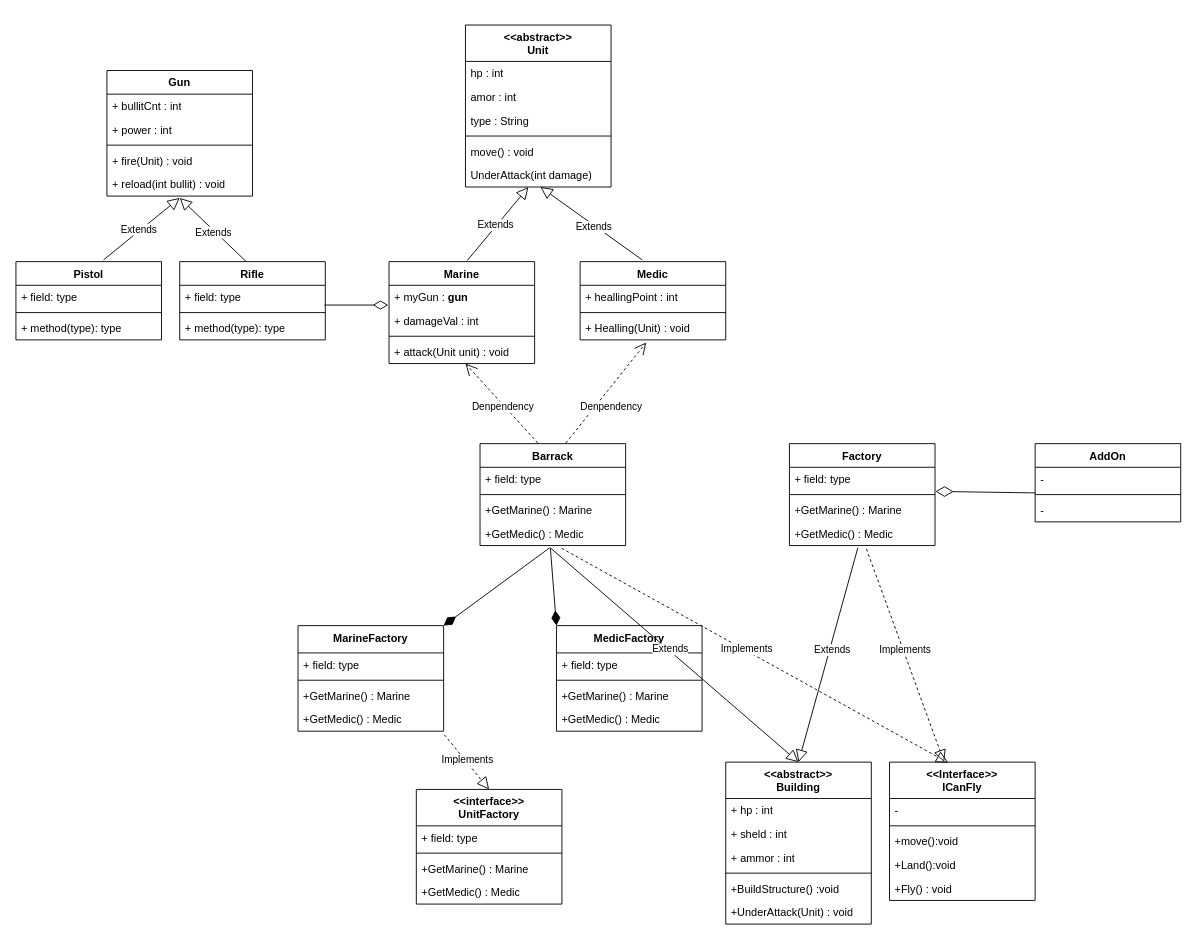
Above: JAVABOOK/src/Ch35/02 StarCraft_new.drawio in STD-INFO-COMPUTING-WEB-2024-12-25/06_JAVA (draw.io), before the change. Source tidied: cells renumbered, new cells numbered last; positions are measured from the earlier drawing's top-left corner, leaving out a move shared by most shapes. Both pictures are drawn from the tidied source at 91%, with x=0, y=0 at pixel (15, 25).
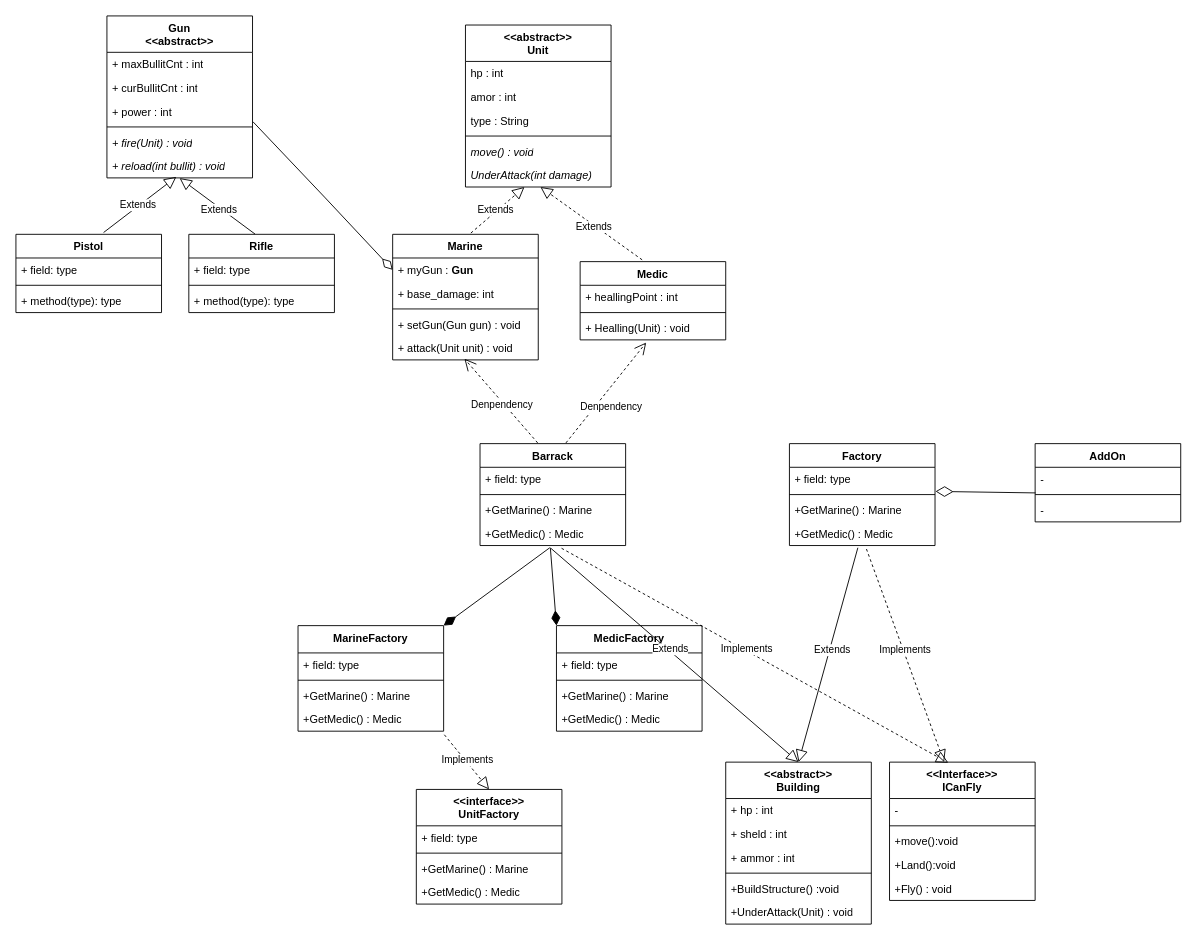
After the change.

The change refers to these unchanged cells:
```xml
<mxCell id="2" value="&lt;div&gt;&amp;lt;&amp;lt;abstract&amp;gt;&amp;gt;&lt;br&gt;&lt;/div&gt;Unit&lt;div&gt;&lt;br&gt;&lt;/div&gt;" style="swimlane;fontStyle=1;align=center;verticalAlign=top;horizontal=1;startSize=40;whiteSpace=wrap;html=1;" parent="1" vertex="1">
  <mxGeometry x="494" width="160" height="178" as="geometry" />
</mxCell>
<mxCell id="14" value="Medic" style="swimlane;fontStyle=1;align=center;verticalAlign=top;horizontal=1;startSize=26;whiteSpace=wrap;html=1;" parent="1" vertex="1">
  <mxGeometry x="620" y="260" width="160" height="86" as="geometry" />
</mxCell>
<mxCell id="23" value="+ field: type" style="text;strokeColor=none;fillColor=none;align=left;verticalAlign=top;spacingLeft=4;spacingRight=4;overflow=hidden;points=[[0,0.5],[1,0.5]];portConstraint=eastwest;whiteSpace=wrap;html=1;" parent="22" vertex="1">
  <mxGeometry y="26" width="160" height="26" as="geometry" />
</mxCell>
<mxCell id="41" value="Barrack" style="swimlane;fontStyle=1;align=center;verticalAlign=top;horizontal=1;startSize=26;whiteSpace=wrap;html=1;" parent="1" vertex="1">
  <mxGeometry x="510" y="460" width="160" height="112" as="geometry" />
</mxCell>
```

Change to the diagram source:
```diff
@@
-    <mxCell id="7" value="move() : void" style="text;strokeColor=none;fillColor=none;align=left;verticalAlign=top;spacingLeft=4;spacingRight=4;overflow=hidden;whiteSpace=wrap;html=1;" parent="2" vertex="1">
+    <mxCell id="7" value="&lt;i&gt;move() : void&lt;/i&gt;" style="text;strokeColor=none;fillColor=none;align=left;verticalAlign=top;spacingLeft=4;spacingRight=4;overflow=hidden;whiteSpace=wrap;html=1;" parent="2" vertex="1">
       <mxGeometry y="126" width="160" height="26" as="geometry" />
     </mxCell>
-    <mxCell id="8" value="UnderAttack(int damage)" style="text;strokeColor=none;fillColor=none;align=left;verticalAlign=top;spacingLeft=4;spacingRight=4;overflow=hidden;points=[[0,0.5],[1,0.5]];portConstraint=eastwest;whiteSpace=wrap;html=1;" parent="2" vertex="1">
+    <mxCell id="8" value="&lt;i&gt;UnderAttack(int damage)&lt;/i&gt;" style="text;strokeColor=none;fillColor=none;align=left;verticalAlign=top;spacingLeft=4;spacingRight=4;overflow=hidden;points=[[0,0.5],[1,0.5]];portConstraint=eastwest;whiteSpace=wrap;html=1;" parent="2" vertex="1">
       <mxGeometry y="152" width="160" height="26" as="geometry" />
     </mxCell>
     <mxCell id="9" value="Marine" style="swimlane;fontStyle=1;align=center;verticalAlign=top;horizontal=1;startSize=26;whiteSpace=wrap;html=1;" parent="1" vertex="1">
-      <mxGeometry x="410" y="260" width="160" height="112" as="geometry" />
+      <mxGeometry x="414" y="230" width="160" height="138" as="geometry" />
     </mxCell>
-    <mxCell id="10" value="&lt;div style=&quot;text-align: center;&quot;&gt;&lt;span style=&quot;background-color: initial;&quot;&gt;+ myGun : &lt;b&gt;gun&lt;/b&gt;&lt;/span&gt;&lt;/div&gt;" style="text;strokeColor=none;fillColor=none;align=left;verticalAlign=top;spacingLeft=4;spacingRight=4;overflow=hidden;points=[[0,0.5],[1,0.5]];portConstraint=eastwest;whiteSpace=wrap;html=1;" parent="9" vertex="1">
+    <mxCell id="10" value="&lt;div style=&quot;text-align: center;&quot;&gt;&lt;span style=&quot;background-color: initial;&quot;&gt;+ myGun : &lt;b&gt;Gun&lt;/b&gt;&lt;/span&gt;&lt;/div&gt;" style="text;strokeColor=none;fillColor=none;align=left;verticalAlign=top;spacingLeft=4;spacingRight=4;overflow=hidden;points=[[0,0.5],[1,0.5]];portConstraint=eastwest;whiteSpace=wrap;html=1;" parent="9" vertex="1">
       <mxGeometry y="26" width="160" height="26" as="geometry" />
     </mxCell>
-    <mxCell id="11" value="+ damageVal : int" style="text;strokeColor=none;fillColor=none;align=left;verticalAlign=top;spacingLeft=4;spacingRight=4;overflow=hidden;whiteSpace=wrap;html=1;" parent="9" vertex="1">
+    <mxCell id="11" value="+ base_damage: int" style="text;strokeColor=none;fillColor=none;align=left;verticalAlign=top;spacingLeft=4;spacingRight=4;overflow=hidden;whiteSpace=wrap;html=1;" parent="9" vertex="1">
       <mxGeometry y="52" width="160" height="26" as="geometry" />
     </mxCell>
@@
-    <mxCell id="13" value="+ attack(Unit unit) : void" style="text;strokeColor=none;fillColor=none;align=left;verticalAlign=top;spacingLeft=4;spacingRight=4;overflow=hidden;whiteSpace=wrap;html=1;" parent="9" vertex="1">
+    <mxCell id="13" value="+ setGun(Gun gun) : void" style="text;strokeColor=none;fillColor=none;align=left;verticalAlign=top;spacingLeft=4;spacingRight=4;overflow=hidden;whiteSpace=wrap;html=1;" parent="9" vertex="1">
       <mxGeometry y="86" width="160" height="26" as="geometry" />
     </mxCell>
+    <mxCell id="100" value="+ attack(Unit unit) : void" style="text;strokeColor=none;fillColor=none;align=left;verticalAlign=top;spacingLeft=4;spacingRight=4;overflow=hidden;points=[[0,0.5],[1,0.5]];portConstraint=eastwest;whiteSpace=wrap;html=1;" parent="9" vertex="1">
+      <mxGeometry y="112" width="160" height="26" as="geometry" />
+    </mxCell>
@@
-    <mxCell id="18" style="endArrow=block;html=1;rounded=0;exitX=0.537;exitY=-0.01;exitDx=0;exitDy=0;exitPerimeter=0;endFill=0;endSize=11;" parent="1" edge="1" source="9" target="8">
+    <mxCell id="18" style="endArrow=block;html=1;rounded=0;exitX=0.537;exitY=-0.01;exitDx=0;exitDy=0;exitPerimeter=0;endFill=0;endSize=11;dashed=1;" parent="1" edge="1" source="9" target="8">
       <mxGeometry relative="1" as="geometry" />
     </mxCell>
@@
-    <mxCell id="20" style="endArrow=block;html=1;rounded=0;exitX=0.426;exitY=-0.023;exitDx=0;exitDy=0;exitPerimeter=0;endFill=0;endSize=11;entryX=0.515;entryY=1;entryDx=0;entryDy=0;entryPerimeter=0;" parent="1" edge="1" source="14" target="8">
+    <mxCell id="20" style="endArrow=block;html=1;rounded=0;exitX=0.426;exitY=-0.023;exitDx=0;exitDy=0;exitPerimeter=0;endFill=0;endSize=11;entryX=0.515;entryY=1;entryDx=0;entryDy=0;entryPerimeter=0;dashed=1;" parent="1" edge="1" source="14" target="8">
       <mxGeometry relative="1" as="geometry" />
     </mxCell>
@@
     <mxCell id="22" value="Rifle" style="swimlane;fontStyle=1;align=center;verticalAlign=top;horizontal=1;startSize=26;whiteSpace=wrap;html=1;" parent="1" vertex="1">
-      <mxGeometry x="180" y="260" width="160" height="86" as="geometry" />
+      <mxGeometry x="190" y="230" width="160" height="86" as="geometry" />
     </mxCell>
@@
-    <mxCell id="26" style="endArrow=diamondThin;html=1;rounded=0;exitX=0.994;exitY=0.835;exitDx=0;exitDy=0;exitPerimeter=0;entryX=-0.006;entryY=0.835;entryDx=0;entryDy=0;entryPerimeter=0;endFill=0;endSize=14;" parent="1" edge="1" source="23" target="10">
-      <mxGeometry relative="1" as="geometry" />
+    <mxCell id="26" style="endArrow=diamondThin;html=1;rounded=0;exitX=1.003;exitY=0.934;exitDx=0;exitDy=0;exitPerimeter=0;entryX=0;entryY=0.5;entryDx=0;entryDy=0;endFill=0;endSize=14;" parent="1" edge="1" source="33" target="10">
+      <mxGeometry relative="1" as="geometry">
+        <Array as="points">
+          <mxPoint x="340" y="190" />
+        </Array>
+      </mxGeometry>
     </mxCell>
     <mxCell id="27" value="Pistol" style="swimlane;fontStyle=1;align=center;verticalAlign=top;horizontal=1;startSize=26;whiteSpace=wrap;html=1;" parent="1" vertex="1">
-      <mxGeometry y="260" width="160" height="86" as="geometry" />
+      <mxGeometry y="230" width="160" height="86" as="geometry" />
     </mxCell>
@@
-    <mxCell id="31" value="Gun" style="swimlane;fontStyle=1;align=center;verticalAlign=top;horizontal=1;startSize=26;whiteSpace=wrap;html=1;" parent="1" vertex="1">
-      <mxGeometry x="100" y="50" width="160" height="138" as="geometry" />
+    <mxCell id="31" value="Gun&lt;div&gt;&amp;lt;&amp;lt;abstract&amp;gt;&amp;gt;&lt;/div&gt;" style="swimlane;fontStyle=1;align=center;verticalAlign=top;horizontal=1;startSize=40;whiteSpace=wrap;html=1;" parent="1" vertex="1">
+      <mxGeometry x="100" y="-10" width="160" height="178" as="geometry" />
     </mxCell>
-    <mxCell id="32" value="+ bullitCnt : int" style="text;strokeColor=none;fillColor=none;align=left;verticalAlign=top;spacingLeft=4;spacingRight=4;overflow=hidden;whiteSpace=wrap;html=1;" parent="31" vertex="1">
-      <mxGeometry y="26" width="160" height="26" as="geometry" />
+    <mxCell id="32" value="+ maxBullitCnt : int" style="text;strokeColor=none;fillColor=none;align=left;verticalAlign=top;spacingLeft=4;spacingRight=4;overflow=hidden;whiteSpace=wrap;html=1;" parent="31" vertex="1">
+      <mxGeometry y="40" width="160" height="26" as="geometry" />
     </mxCell>
+    <mxCell id="101" value="+ curBullitCnt : int" style="text;strokeColor=none;fillColor=none;align=left;verticalAlign=top;spacingLeft=4;spacingRight=4;overflow=hidden;whiteSpace=wrap;html=1;" parent="31" vertex="1">
+      <mxGeometry y="66" width="160" height="26" as="geometry" />
+    </mxCell>
     <mxCell id="33" value="+ power : int" style="text;strokeColor=none;fillColor=none;align=left;verticalAlign=top;spacingLeft=4;spacingRight=4;overflow=hidden;points=[[0,0.5],[1,0.5]];portConstraint=eastwest;whiteSpace=wrap;html=1;" parent="31" vertex="1">
-      <mxGeometry y="52" width="160" height="26" as="geometry" />
+      <mxGeometry y="92" width="160" height="26" as="geometry" />
     </mxCell>
     <mxCell id="34" style="line;strokeWidth=1;fillColor=none;align=left;verticalAlign=middle;spacingTop=-1;spacingLeft=3;spacingRight=3;labelPosition=right;strokeColor=inherit;" parent="31" vertex="1">
-      <mxGeometry y="78" width="160" height="8" as="geometry" />
+      <mxGeometry y="118" width="160" height="8" as="geometry" />
     </mxCell>
-    <mxCell id="35" value="+ fire(Unit) : void" style="text;strokeColor=none;fillColor=none;align=left;verticalAlign=top;spacingLeft=4;spacingRight=4;overflow=hidden;whiteSpace=wrap;html=1;" parent="31" vertex="1">
-      <mxGeometry y="86" width="160" height="26" as="geometry" />
+    <mxCell id="35" value="&lt;i&gt;+ fire(Unit) : void&lt;/i&gt;" style="text;strokeColor=none;fillColor=none;align=left;verticalAlign=top;spacingLeft=4;spacingRight=4;overflow=hidden;whiteSpace=wrap;html=1;" parent="31" vertex="1">
+      <mxGeometry y="126" width="160" height="26" as="geometry" />
     </mxCell>
-    <mxCell id="36" value="+ reload(int bullit) : void" style="text;strokeColor=none;fillColor=none;align=left;verticalAlign=top;spacingLeft=4;spacingRight=4;overflow=hidden;points=[[0,0.5],[1,0.5]];portConstraint=eastwest;whiteSpace=wrap;html=1;" parent="31" vertex="1">
-      <mxGeometry y="112" width="160" height="26" as="geometry" />
+    <mxCell id="36" value="&lt;i&gt;+ reload(int bullit) : void&lt;/i&gt;" style="text;strokeColor=none;fillColor=none;align=left;verticalAlign=top;spacingLeft=4;spacingRight=4;overflow=hidden;points=[[0,0.5],[1,0.5]];portConstraint=eastwest;whiteSpace=wrap;html=1;" parent="31" vertex="1">
+      <mxGeometry y="152" width="160" height="26" as="geometry" />
     </mxCell>
-    <mxCell id="37" style="endArrow=block;html=1;rounded=0;exitX=0.455;exitY=-0.003;exitDx=0;exitDy=0;exitPerimeter=0;endFill=0;endSize=11;" parent="1" edge="1" source="22">
-      <mxGeometry relative="1" as="geometry">
-        <mxPoint x="180" y="190" as="targetPoint" />
-      </mxGeometry>
+    <mxCell id="37" style="endArrow=block;html=1;rounded=0;exitX=0.455;exitY=-0.003;exitDx=0;exitDy=0;exitPerimeter=0;endFill=0;endSize=11;entryX=0.499;entryY=1.008;entryDx=0;entryDy=0;entryPerimeter=0;" parent="1" edge="1" source="22" target="36">
+      <mxGeometry relative="1" as="geometry" />
     </mxCell>
@@
-    <mxCell id="39" style="endArrow=block;html=1;rounded=0;exitX=0.602;exitY=-0.023;exitDx=0;exitDy=0;exitPerimeter=0;endFill=0;endSize=11;" parent="1" edge="1" source="27">
-      <mxGeometry relative="1" as="geometry">
-        <mxPoint x="180" y="190" as="targetPoint" />
-      </mxGeometry>
+    <mxCell id="39" style="endArrow=block;html=1;rounded=0;exitX=0.602;exitY=-0.023;exitDx=0;exitDy=0;exitPerimeter=0;endFill=0;endSize=11;entryX=0.477;entryY=0.955;entryDx=0;entryDy=0;entryPerimeter=0;" parent="1" edge="1" source="27" target="36">
+      <mxGeometry relative="1" as="geometry" />
     </mxCell>
@@
-    <mxCell id="46" style="endArrow=open;html=1;rounded=0;exitX=0.396;exitY=-0.007;exitDx=0;exitDy=0;exitPerimeter=0;endFill=0;endSize=11;dashed=1;" parent="1" edge="1" source="41">
-      <mxGeometry relative="1" as="geometry">
-        <mxPoint x="494" y="372" as="targetPoint" />
-      </mxGeometry>
+    <mxCell id="46" style="endArrow=open;html=1;rounded=0;exitX=0.396;exitY=-0.007;exitDx=0;exitDy=0;exitPerimeter=0;endFill=0;endSize=11;dashed=1;entryX=0.493;entryY=0.951;entryDx=0;entryDy=0;entryPerimeter=0;" parent="1" edge="1" source="41" target="100">
+      <mxGeometry relative="1" as="geometry" />
     </mxCell>
```
